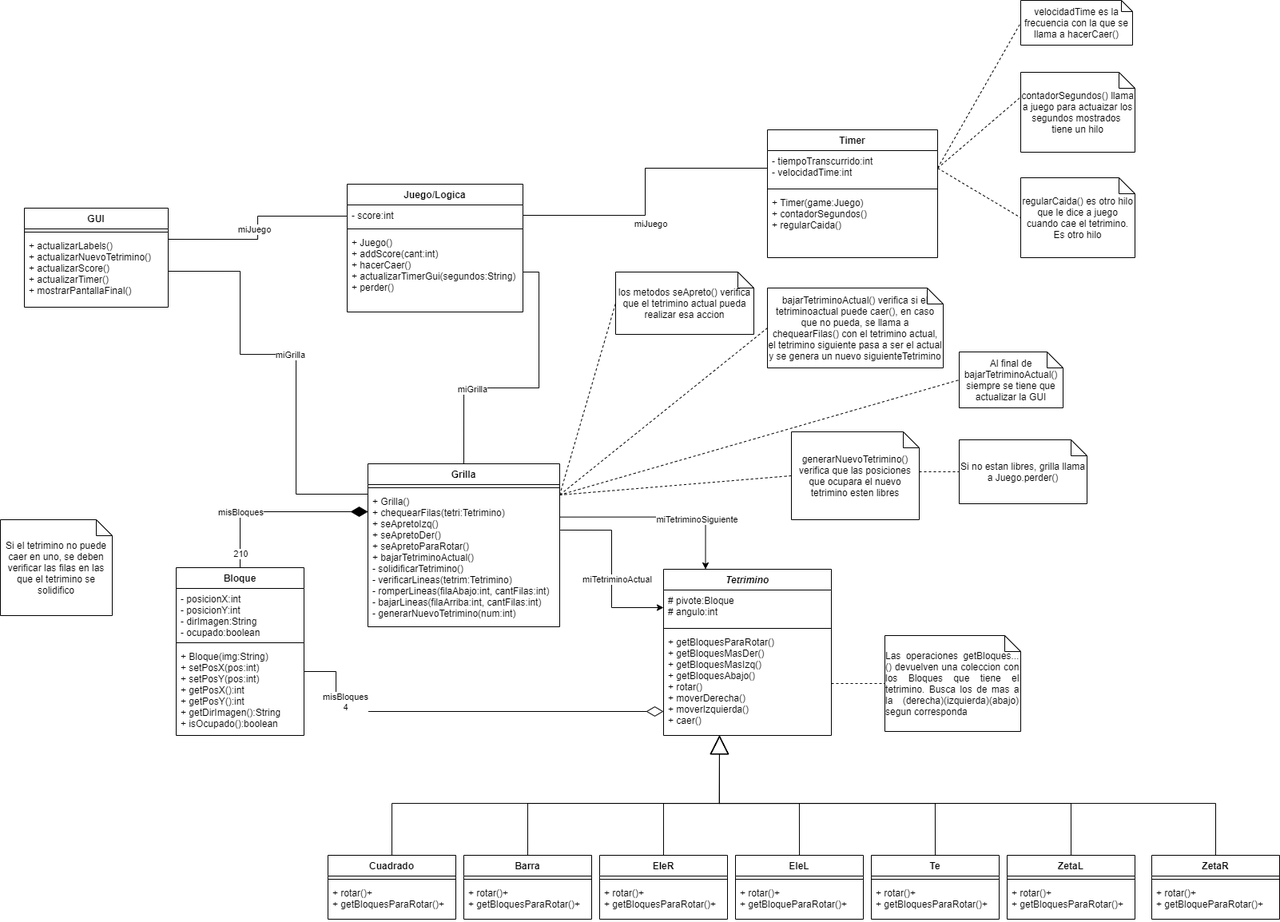
The draw.io diagram Diagrama-de-Clases/DiagramaClasesTetris.png in JanoALockhart/tdp-proyecto-2, before a commit. Source tidied: cells renumbered, new cells last; positions are measured from the earlier drawing's top-left corner, leaving out a move shared by most shapes.
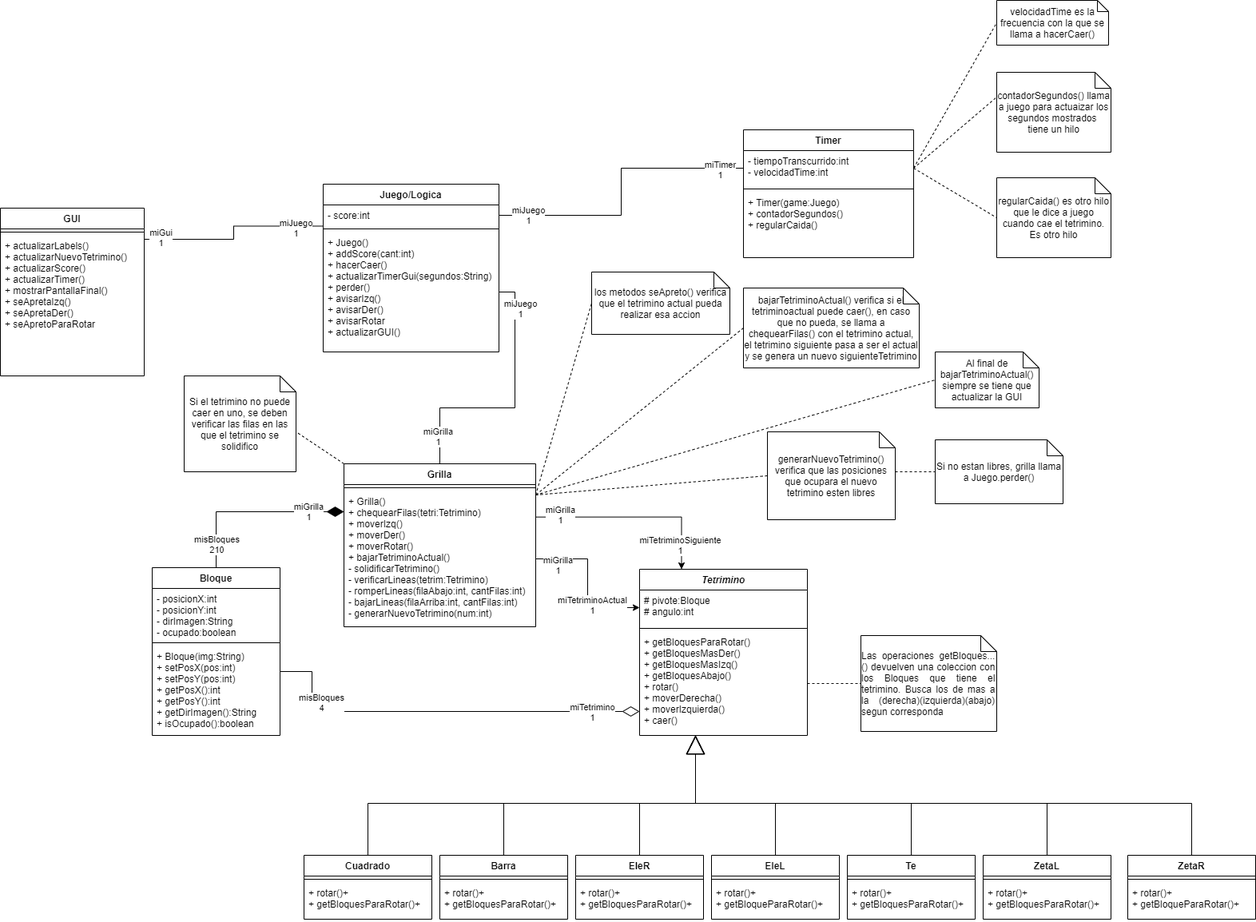
The same file after the commit.

Commit message:
Diagrama de Clases

Change to the diagram source:
```diff
@@ -3,13 +3,13 @@
     <mxCell id="0" />
     <mxCell id="1" parent="0" />
     <mxCell id="2" value="GUI" style="swimlane;fontStyle=1;align=center;verticalAlign=top;horizontal=1;startSize=26;" parent="1" vertex="1">
-      <mxGeometry x="30" y="260" width="180" height="124" as="geometry" />
+      <mxGeometry x="30" y="260" width="180" height="210" as="geometry" />
     </mxCell>
     <mxCell id="3" style="line;strokeWidth=1;fillColor=none;align=left;verticalAlign=middle;spacingTop=-1;spacingLeft=3;spacingRight=3;labelPosition=right;" parent="2" vertex="1">
       <mxGeometry y="26" width="180" height="8" as="geometry" />
     </mxCell>
-    <mxCell id="4" value="+ actualizarLabels()&#10;+ actualizarNuevoTetrimino()&#10;+ actualizarScore()&#10;+ actualizarTimer()&#10;+ mostrarPantallaFinal()" style="text;strokeColor=none;fillColor=none;align=left;verticalAlign=top;spacingLeft=4;spacingRight=4;overflow=hidden;points=[[0,0.5],[1,0.5]];portConstraint=eastwest;" parent="2" vertex="1">
-      <mxGeometry y="34" width="180" height="90" as="geometry" />
+    <mxCell id="4" value="+ actualizarLabels()&#10;+ actualizarNuevoTetrimino()&#10;+ actualizarScore()&#10;+ actualizarTimer()&#10;+ mostrarPantallaFinal()&#10;+ seApretaIzq()&#10;+ seApretaDer()&#10;+ seApretoParaRotar" style="text;strokeColor=none;fillColor=none;align=left;verticalAlign=top;spacingLeft=4;spacingRight=4;overflow=hidden;points=[[0,0.5],[1,0.5]];portConstraint=eastwest;" parent="2" vertex="1">
+      <mxGeometry y="34" width="180" height="176" as="geometry" />
     </mxCell>
     <mxCell id="5" style="rounded=0;jettySize=auto;html=1;exitX=1;exitY=0.5;exitDx=0;exitDy=0;entryX=0;entryY=0.5;entryDx=0;entryDy=0;entryPerimeter=0;startArrow=none;startFill=0;endArrow=none;endFill=0;endSize=19;dashed=1;" parent="1" edge="1" target="64">
       <mxGeometry relative="1" as="geometry">
@@ -17,7 +17,7 @@
       </mxGeometry>
     </mxCell>
     <mxCell id="6" value="Juego/Logica" style="swimlane;fontStyle=1;align=center;verticalAlign=top;horizontal=1;startSize=26;" parent="1" vertex="1">
-      <mxGeometry x="434" y="230" width="220" height="160" as="geometry" />
+      <mxGeometry x="434" y="230" width="220" height="210" as="geometry" />
     </mxCell>
     <mxCell id="7" value="- score:int" style="text;strokeColor=none;fillColor=none;align=left;verticalAlign=top;spacingLeft=4;spacingRight=4;overflow=hidden;points=[[0,0.5],[1,0.5]];portConstraint=eastwest;" parent="6" vertex="1">
       <mxGeometry y="26" width="220" height="26" as="geometry" />
@@ -25,16 +25,19 @@
     <mxCell id="8" style="line;strokeWidth=1;fillColor=none;align=left;verticalAlign=middle;spacingTop=-1;spacingLeft=3;spacingRight=3;labelPosition=right;" parent="6" vertex="1">
       <mxGeometry y="52" width="220" height="8" as="geometry" />
     </mxCell>
-    <mxCell id="9" value="+ Juego()&#10;+ addScore(cant:int)&#10;+ hacerCaer()&#10;+ actualizarTimerGui(segundos:String)&#10;+ perder()&#10;" style="text;strokeColor=none;fillColor=none;align=left;verticalAlign=top;spacingLeft=4;spacingRight=4;overflow=hidden;points=[[0,0.5],[1,0.5]];portConstraint=eastwest;" parent="6" vertex="1">
-      <mxGeometry y="60" width="220" height="100" as="geometry" />
+    <mxCell id="9" value="+ Juego()&#10;+ addScore(cant:int)&#10;+ hacerCaer()&#10;+ actualizarTimerGui(segundos:String)&#10;+ perder()&#10;+ avisarIzq()&#10;+ avisarDer()&#10;+ avisarRotar&#10;+ actualizarGUI()" style="text;strokeColor=none;fillColor=none;align=left;verticalAlign=top;spacingLeft=4;spacingRight=4;overflow=hidden;points=[[0,0.5],[1,0.5]];portConstraint=eastwest;" parent="6" vertex="1">
+      <mxGeometry y="60" width="220" height="150" as="geometry" />
     </mxCell>
+    <mxCell id="88" style="rounded=0;jettySize=auto;html=1;exitX=0;exitY=0;exitDx=0;exitDy=0;entryX=0;entryY=0;entryDx=140;entryDy=70;entryPerimeter=0;dashed=1;endArrow=none;endFill=0;" parent="1" edge="1" source="10" target="73">
+      <mxGeometry relative="1" as="geometry" />
+    </mxCell>
     <mxCell id="10" value="Grilla" style="swimlane;fontStyle=1;align=center;verticalAlign=top;horizontal=1;startSize=26;" parent="1" vertex="1">
       <mxGeometry x="460" y="580" width="240" height="204" as="geometry" />
     </mxCell>
     <mxCell id="11" style="line;strokeWidth=1;fillColor=none;align=left;verticalAlign=middle;spacingTop=-1;spacingLeft=3;spacingRight=3;labelPosition=right;" parent="10" vertex="1">
       <mxGeometry y="26" width="240" height="8" as="geometry" />
     </mxCell>
-    <mxCell id="12" value="+ Grilla()&#10;+ chequearFilas(tetri:Tetrimino)&#10;+ seApretoIzq()&#10;+ seApretoDer()&#10;+ seApretoParaRotar()&#10;+ bajarTetriminoActual()&#10;- solidificarTetrimino()&#10;- verificarLineas(tetrim:Tetrimino)&#10;- romperLineas(filaAbajo:int, cantFilas:int)&#10;- bajarLineas(filaArriba:int, cantFilas:int)&#10;- generarNuevoTetrimino(num:int)&#10;" style="text;strokeColor=none;fillColor=none;align=left;verticalAlign=top;spacingLeft=4;spacingRight=4;overflow=hidden;points=[[0,0.5],[1,0.5]];portConstraint=eastwest;" parent="10" vertex="1">
+    <mxCell id="12" value="+ Grilla()&#10;+ chequearFilas(tetri:Tetrimino)&#10;+ moverIzq()&#10;+ moverDer()&#10;+ moverRotar()&#10;+ bajarTetriminoActual()&#10;- solidificarTetrimino()&#10;- verificarLineas(tetrim:Tetrimino)&#10;- romperLineas(filaAbajo:int, cantFilas:int)&#10;- bajarLineas(filaArriba:int, cantFilas:int)&#10;- generarNuevoTetrimino(num:int)&#10;" style="text;strokeColor=none;fillColor=none;align=left;verticalAlign=top;spacingLeft=4;spacingRight=4;overflow=hidden;points=[[0,0.5],[1,0.5]];portConstraint=eastwest;" parent="10" vertex="1">
       <mxGeometry y="34" width="240" height="170" as="geometry" />
     </mxCell>
     <mxCell id="13" value="Tetrimino" style="swimlane;fontStyle=3;align=center;verticalAlign=top;horizontal=1;startSize=26;" parent="1" vertex="1">
@@ -66,11 +69,16 @@
         <mxPoint x="210" y="299" as="sourcePoint" />
       </mxGeometry>
     </mxCell>
-    <mxCell id="22" value="miJuego" style="edgeLabel;html=1;align=center;verticalAlign=middle;" parent="21" vertex="1">
-      <mxGeometry x="-0.15" y="-1" relative="1" as="geometry">
-        <mxPoint y="-14" as="offset" />
-      </mxGeometry>
-    </mxCell>
+    <mxCell id="89" value="miJuego&lt;br&gt;1" style="edgeLabel;html=1;align=center;verticalAlign=middle;" parent="21" vertex="1">
+      <mxGeometry x="0.81" y="-2" relative="1" as="geometry">
+        <mxPoint x="-12" as="offset" />
+      </mxGeometry>
+    </mxCell>
+    <mxCell id="90" value="miGui&lt;br&gt;1" style="edgeLabel;html=1;align=center;verticalAlign=middle;" parent="21" vertex="1">
+      <mxGeometry x="-0.89" y="3" relative="1" as="geometry">
+        <mxPoint x="7" as="offset" />
+      </mxGeometry>
+    </mxCell>
     <mxCell id="23" style="edgeStyle=orthogonalEdgeStyle;rounded=0;jettySize=auto;html=1;exitX=0.5;exitY=0;exitDx=0;exitDy=0;startArrow=none;startFill=0;endArrow=diamondThin;endFill=1;endSize=19;" parent="1" edge="1" source="26">
       <mxGeometry relative="1" as="geometry">
         <mxPoint x="460" y="640" as="targetPoint" />
@@ -80,14 +88,14 @@
         </Array>
       </mxGeometry>
     </mxCell>
-    <mxCell id="24" value="misBloques" style="edgeLabel;html=1;align=center;verticalAlign=middle;" parent="23" vertex="1">
+    <mxCell id="24" value="misBloques&lt;br&gt;210" style="edgeLabel;html=1;align=center;verticalAlign=middle;" parent="23" vertex="1">
       <mxGeometry x="-0.58" relative="1" as="geometry">
-        <mxPoint y="-21" as="offset" />
+        <mxPoint y="18" as="offset" />
       </mxGeometry>
     </mxCell>
-    <mxCell id="25" value="210" style="edgeLabel;html=1;align=center;verticalAlign=middle;" parent="23" vertex="1">
-      <mxGeometry x="-0.85" relative="1" as="geometry" />
-    </mxCell>
+    <mxCell id="91" value="miGrilla&lt;br&gt;1" style="edgeLabel;html=1;align=center;verticalAlign=middle;" parent="23" vertex="1">
+      <mxGeometry x="0.61" y="1" relative="1" as="geometry" />
+    </mxCell>
     <mxCell id="26" value="Bloque" style="swimlane;fontStyle=1;align=center;verticalAlign=top;horizontal=1;startSize=26;" parent="1" vertex="1">
       <mxGeometry x="220" y="710" width="160" height="210" as="geometry" />
     </mxCell>
@@ -103,19 +111,29 @@
     <mxCell id="30" style="edgeStyle=orthogonalEdgeStyle;rounded=0;jettySize=auto;html=1;exitX=1;exitY=0.5;exitDx=0;exitDy=0;entryX=0;entryY=0.5;entryDx=0;entryDy=0;startArrow=none;startFill=0;endArrow=none;endFill=0;" parent="1" edge="1" source="7" target="18">
       <mxGeometry relative="1" as="geometry" />
     </mxCell>
-    <mxCell id="31" value="miJuego" style="edgeLabel;html=1;align=center;verticalAlign=middle;" parent="30" vertex="1">
-      <mxGeometry x="-0.13" y="-1" relative="1" as="geometry">
-        <mxPoint x="5" y="16" as="offset" />
-      </mxGeometry>
-    </mxCell>
+    <mxCell id="92" value="miJuego&lt;br&gt;1" style="edgeLabel;html=1;align=center;verticalAlign=middle;" parent="30" vertex="1">
+      <mxGeometry x="-0.87" y="1" relative="1" as="geometry">
+        <mxPoint x="13" as="offset" />
+      </mxGeometry>
+    </mxCell>
+    <mxCell id="93" value="miTimer&lt;br&gt;1" style="edgeLabel;html=1;align=center;verticalAlign=middle;" parent="30" vertex="1">
+      <mxGeometry x="0.9" y="-1" relative="1" as="geometry">
+        <mxPoint x="-12" as="offset" />
+      </mxGeometry>
+    </mxCell>
-    <mxCell id="32" style="edgeStyle=orthogonalEdgeStyle;rounded=0;jettySize=auto;html=1;exitX=1.003;exitY=0.288;exitDx=0;exitDy=0;entryX=0;entryY=0.5;entryDx=0;entryDy=0;exitPerimeter=0;" parent="1" edge="1" source="12" target="14">
+    <mxCell id="32" style="edgeStyle=orthogonalEdgeStyle;rounded=0;jettySize=auto;html=1;exitX=1;exitY=0.5;exitDx=0;exitDy=0;entryX=0;entryY=0.5;entryDx=0;entryDy=0;" parent="1" edge="1" source="12" target="14">
       <mxGeometry relative="1" as="geometry" />
     </mxCell>
-    <mxCell id="33" value="miTetriminoActual" style="edgeLabel;html=1;align=center;verticalAlign=middle;" parent="32" vertex="1">
+    <mxCell id="33" value="miTetriminoActual&lt;br&gt;1" style="edgeLabel;html=1;align=center;verticalAlign=middle;" parent="32" vertex="1">
       <mxGeometry x="0.11" relative="1" as="geometry">
-        <mxPoint x="6" as="offset" />
+        <mxPoint x="5" y="16" as="offset" />
       </mxGeometry>
     </mxCell>
+    <mxCell id="94" value="miGrilla&lt;br&gt;1" style="edgeLabel;html=1;align=center;verticalAlign=middle;" parent="32" vertex="1">
+      <mxGeometry x="-0.9" y="2" relative="1" as="geometry">
+        <mxPoint x="17" y="9" as="offset" />
+      </mxGeometry>
+    </mxCell>
     <mxCell id="34" style="edgeStyle=orthogonalEdgeStyle;rounded=0;jettySize=auto;html=1;exitX=0.5;exitY=0;exitDx=0;exitDy=0;startArrow=none;startFill=0;endArrow=block;endFill=0;startSize=19;endSize=21;strokeWidth=1;" parent="1" edge="1" source="35">
       <mxGeometry relative="1" as="geometry">
         <mxPoint x="900" y="920" as="targetPoint" />
@@ -255,21 +273,13 @@
         <mxPoint x="13" as="offset" />
       </mxGeometry>
     </mxCell>
-    <mxCell id="71" style="edgeStyle=orthogonalEdgeStyle;rounded=0;jettySize=auto;html=1;exitX=1;exitY=0.5;exitDx=0;exitDy=0;startArrow=none;startFill=0;endArrow=none;endFill=0;" parent="1" edge="1" source="4">
-      <mxGeometry relative="1" as="geometry">
-        <mxPoint x="460" y="618" as="targetPoint" />
-        <Array as="points">
-          <mxPoint x="300" y="443" />
-          <mxPoint x="370" y="443" />
-          <mxPoint x="370" y="618" />
-        </Array>
-      </mxGeometry>
-    </mxCell>
-    <mxCell id="72" value="miGrilla" style="edgeLabel;html=1;align=center;verticalAlign=middle;" parent="71" vertex="1">
-      <mxGeometry x="-0.03" relative="1" as="geometry" />
-    </mxCell>
+    <mxCell id="95" value="miTetrimino&lt;br&gt;1" style="edgeLabel;html=1;align=center;verticalAlign=middle;" parent="69" vertex="1">
+      <mxGeometry x="-0.81" relative="1" as="geometry">
+        <mxPoint x="-12" as="offset" />
+      </mxGeometry>
+    </mxCell>
     <mxCell id="73" value="Si el tetrimino no puede caer en uno, se deben verificar las filas en las que el tetrimino se solidifico" style="shape=note;size=20;whiteSpace=wrap;html=1;" parent="1" vertex="1">
-      <mxGeometry y="650" width="140" height="120" as="geometry" />
+      <mxGeometry x="260" y="470" width="140" height="120" as="geometry" />
     </mxCell>
     <mxCell id="74" value="contadorSegundos() llama a juego para actuaizar los segundos mostrados&amp;nbsp; tiene un hilo" style="shape=note;size=20;whiteSpace=wrap;html=1;" parent="1" vertex="1">
       <mxGeometry x="1277" y="90" width="143" height="100" as="geometry" />
@@ -308,18 +318,28 @@
     <mxCell id="84" style="edgeStyle=orthogonalEdgeStyle;rounded=0;jettySize=auto;html=1;entryX=0.5;entryY=0;entryDx=0;entryDy=0;endArrow=none;endFill=0;" parent="1" edge="1" source="9" target="10">
       <mxGeometry relative="1" as="geometry" />
     </mxCell>
-    <mxCell id="85" value="miGrilla" style="edgeLabel;html=1;align=center;verticalAlign=middle;" parent="84" vertex="1">
+    <mxCell id="85" value="miGrilla&lt;br&gt;1" style="edgeLabel;html=1;align=center;verticalAlign=middle;" parent="84" vertex="1">
       <mxGeometry x="0.25" y="1" relative="1" as="geometry">
-        <mxPoint x="-28" as="offset" />
+        <mxPoint x="-57" y="34" as="offset" />
       </mxGeometry>
     </mxCell>
+    <mxCell id="96" value="miJuego&lt;br&gt;1" style="edgeLabel;html=1;align=center;verticalAlign=middle;" parent="84" vertex="1">
+      <mxGeometry x="-0.81" y="1" relative="1" as="geometry">
+        <mxPoint x="5" y="9" as="offset" />
+      </mxGeometry>
+    </mxCell>
     <mxCell id="86" style="edgeStyle=orthogonalEdgeStyle;rounded=0;jettySize=auto;html=1;exitX=1.002;exitY=0.192;exitDx=0;exitDy=0;entryX=0.25;entryY=0;entryDx=0;entryDy=0;exitPerimeter=0;" parent="1" edge="1" source="12" target="13">
       <mxGeometry relative="1" as="geometry" />
     </mxCell>
-    <mxCell id="87" value="miTetriminoSiguiente" style="edgeLabel;html=1;align=center;verticalAlign=middle;" parent="86" vertex="1">
+    <mxCell id="87" value="miTetriminoSiguiente&lt;br&gt;1" style="edgeLabel;html=1;align=center;verticalAlign=middle;" parent="86" vertex="1">
       <mxGeometry x="0.11" relative="1" as="geometry">
-        <mxPoint x="33" y="3" as="offset" />
+        <mxPoint x="43" y="35" as="offset" />
       </mxGeometry>
     </mxCell>
+    <mxCell id="97" value="miGrilla&lt;br&gt;1" style="edgeLabel;html=1;align=center;verticalAlign=middle;" parent="86" vertex="1">
+      <mxGeometry x="-0.81" y="3" relative="1" as="geometry">
+        <mxPoint x="7" as="offset" />
+      </mxGeometry>
+    </mxCell>
   </root>
 </mxGraphModel>
```
